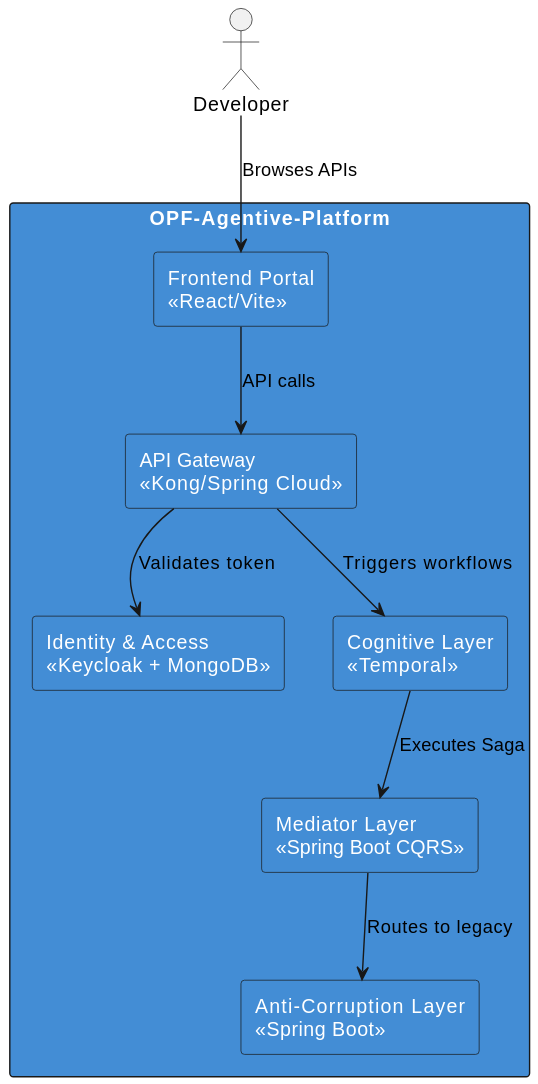
The PlantUML diagram docs/diagrams/C4_Container.svg in COPUR/OPF-Agentive-Platform, before a commit.
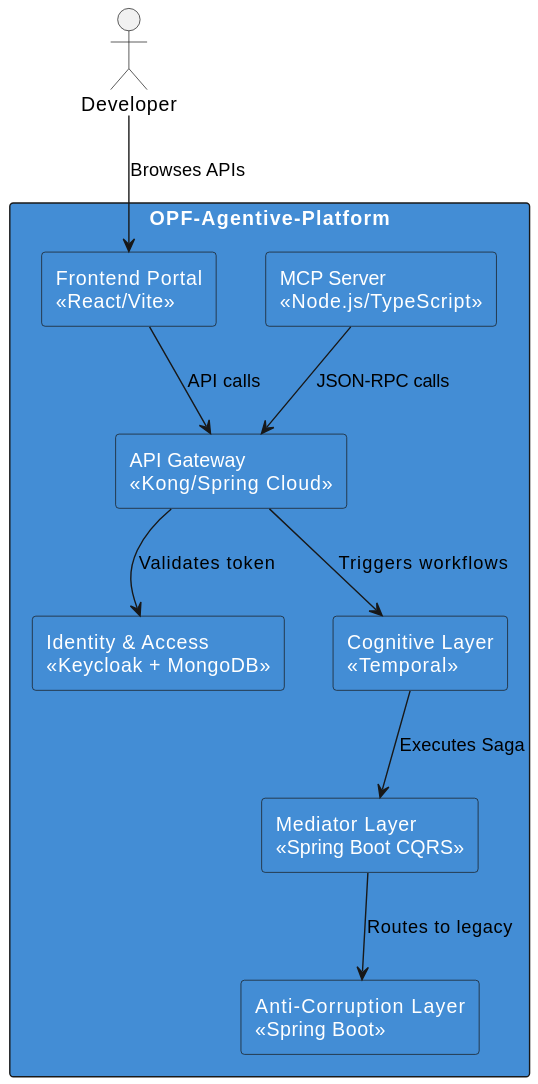
After the change.

The edit, as a diff of the source:
```diff
@@ -9,6 +9,7 @@
 rectangle "OPF-Agentive-Platform" {
     rectangle "Frontend Portal\n<<React/Vite>>" as portal
     rectangle "API Gateway\n<<Kong/Spring Cloud>>" as gateway
+    rectangle "MCP Server\n<<Node.js/TypeScript>>" as mcp
     rectangle "Identity & Access\n<<Keycloak + MongoDB>>" as idp
     rectangle "Cognitive Layer\n<<Temporal>>" as cog
     rectangle "Mediator Layer\n<<Spring Boot CQRS>>" as med
@@ -17,6 +18,7 @@
 
 dev --> portal : Browses APIs
 portal --> gateway : API calls
+mcp --> gateway : JSON-RPC calls
 gateway --> idp : Validates token
 gateway --> cog : Triggers workflows
 cog --> med : Executes Saga
```
